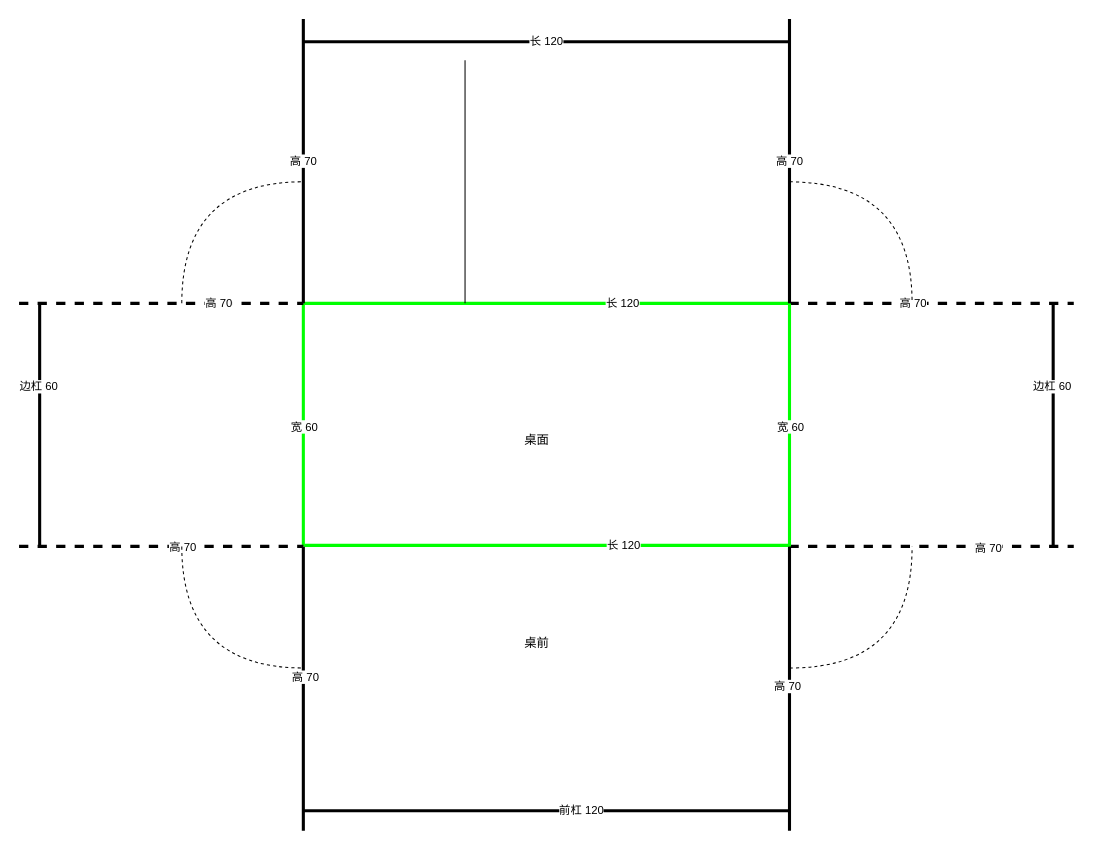
wangxt59/resources keeps this draw.io diagram as 桌子.drawio. Above is the earlier version. Source tidied: cells renumbered, new cells numbered last; positions are measured from the earlier drawing's top-left corner, leaving out a move shared by most shapes. Both pictures are drawn from the tidied source at 103%, with x=0, y=0 at pixel (19, 19).
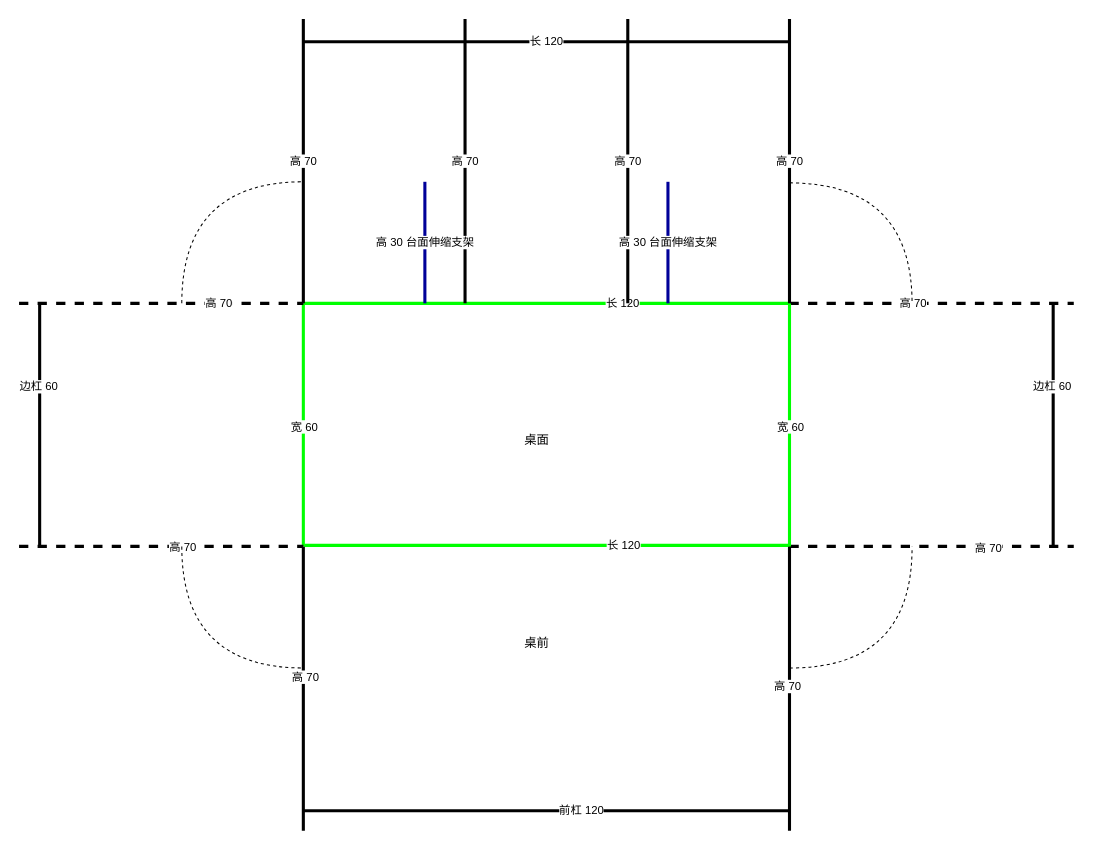
The same page after the edit.

What changed in the source:
```diff
@@
     <mxCell id="31" style="endArrow=none;dashed=1;html=1;rounded=0;curved=1;edgeStyle=orthogonalEdgeStyle;" parent="1" edge="1">
       <mxGeometry relative="1" as="geometry">
-        <mxPoint x="748" y="158" as="sourcePoint" />
-        <mxPoint x="867" y="276" as="targetPoint" />
+        <mxPoint x="748" y="159" as="sourcePoint" />
+        <mxPoint x="867" y="277" as="targetPoint" />
       </mxGeometry>
     </mxCell>
@@
-    <mxCell id="37" style="endArrow=none;html=1;rounded=0;curved=1;" parent="1" edge="1">
+    <mxCell id="37" value="高 70" style="endArrow=none;html=1;rounded=0;curved=1;strokeWidth=3;" parent="1" edge="1">
       <mxGeometry relative="1" as="geometry">
         <mxPoint x="433" y="276" as="sourcePoint" />
-        <mxPoint x="433" y="40" as="targetPoint" />
+        <mxPoint x="433" as="targetPoint" />
       </mxGeometry>
     </mxCell>
+    <mxCell id="38" value="高 70" style="endArrow=none;html=1;rounded=0;curved=1;strokeWidth=3;" parent="1" edge="1">
+      <mxGeometry relative="1" as="geometry">
+        <mxPoint x="591" y="276" as="sourcePoint" />
+        <mxPoint x="591" as="targetPoint" />
+      </mxGeometry>
+    </mxCell>
+    <mxCell id="39" value="高 30 台面伸缩支架" style="endArrow=none;html=1;rounded=0;curved=1;strokeColor=#000099;strokeWidth=3;" parent="1" edge="1">
+      <mxGeometry relative="1" as="geometry">
+        <mxPoint x="394" y="276" as="sourcePoint" />
+        <mxPoint x="394" y="158" as="targetPoint" />
+      </mxGeometry>
+    </mxCell>
+    <mxCell id="40" value="高 30 台面伸缩支架" style="endArrow=none;html=1;rounded=0;curved=1;strokeColor=#000099;strokeWidth=3;" parent="1" edge="1">
+      <mxGeometry relative="1" as="geometry">
+        <mxPoint x="630" y="276" as="sourcePoint" />
+        <mxPoint x="630" y="158" as="targetPoint" />
+      </mxGeometry>
+    </mxCell>
```
